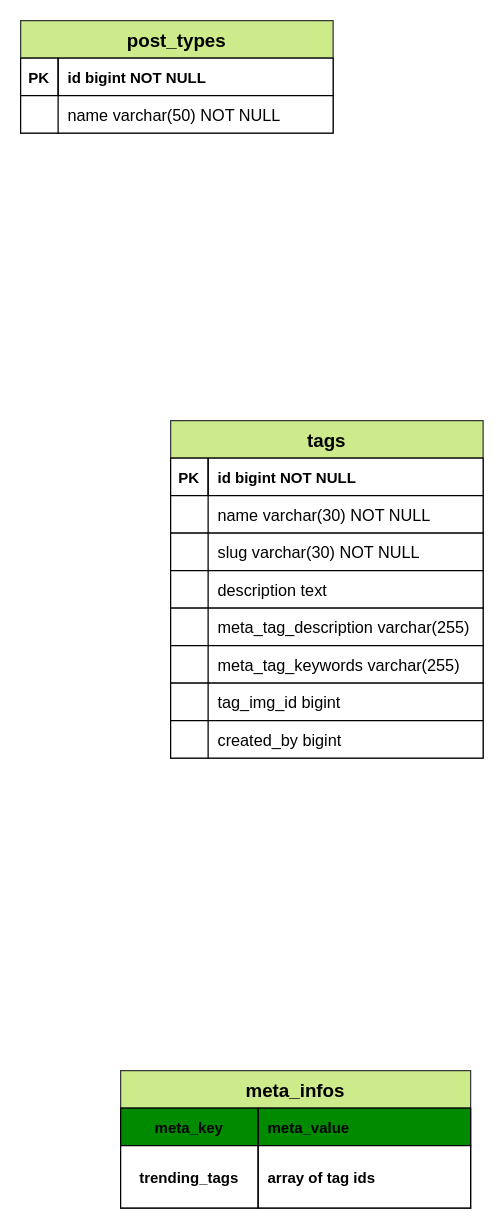
efthakhar/ninenews keeps this draw.io diagram as dbschema/ninenews.drawio. Above is the earlier version. Source tidied: cells renumbered, new cells numbered last; positions are measured from the earlier drawing's top-left corner, leaving out a move shared by most shapes. Both pictures are drawn from the tidied source at 125%, with x=0, y=0 at pixel (20, 20).
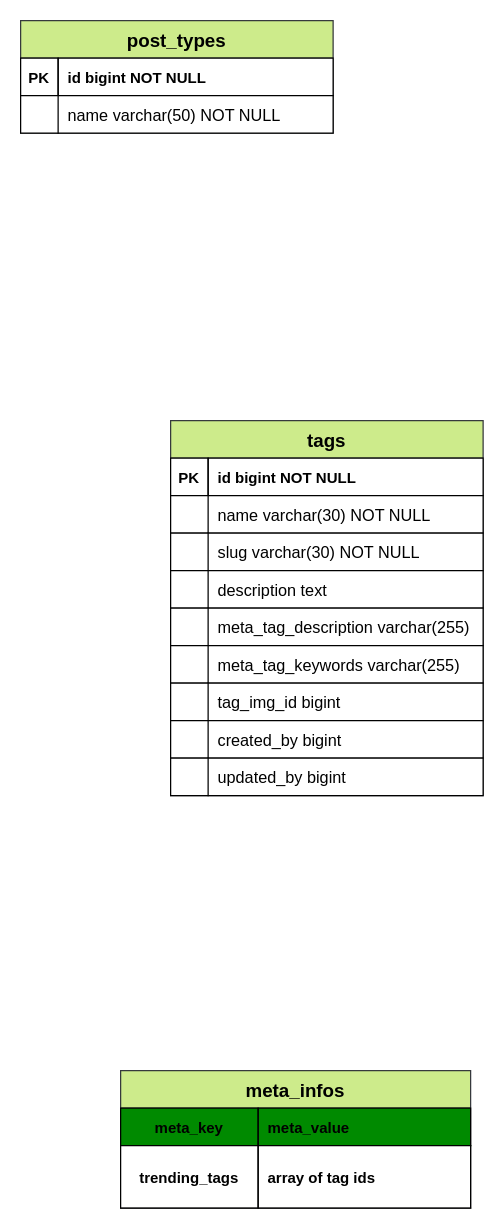
The same page after the edit.

The edit, as a diff of the source:
```diff
@@
     <mxCell id="9" value="tags" style="shape=table;startSize=30;childLayout=tableLayout;rowLines=0;fontStyle=1;align=center;strokeColor=#36393d;fillColor=#cdeb8b;fontColor=#000000;fontSize=15;labelBackgroundColor=none;labelBorderColor=none;fontFamily=Helvetica;rounded=0;" parent="1" vertex="1">
-      <mxGeometry x="120" y="320" width="250" height="270" as="geometry" />
+      <mxGeometry x="120" y="320" width="250" height="300" as="geometry" />
     </mxCell>
@@
+    <mxCell id="41" style="shape=partialRectangle;fillColor=#FFFFFF;top=1;left=1;right=1;bottom=1;labelBorderColor=#000000;strokeColor=#000000;labelBackgroundColor=none;fontFamily=Helvetica;rounded=0;" parent="9" vertex="1">
+      <mxGeometry y="270" width="250" height="30" as="geometry" />
+    </mxCell>
+    <mxCell id="42" style="shape=partialRectangle;overflow=hidden;fillColor=none;top=0;left=0;bottom=0;right=0;fontFamily=Helvetica;rounded=0;" parent="41" vertex="1">
+      <mxGeometry width="30" height="30" as="geometry" />
+    </mxCell>
+    <mxCell id="43" value="updated_by bigint " style="shape=partialRectangle;overflow=hidden;fillColor=none;top=0;left=1;bottom=0;right=0;align=left;spacingLeft=6;fontColor=#000000;strokeColor=#000000;fontSize=13;fontFamily=Helvetica;rounded=0;" parent="41" vertex="1">
+      <mxGeometry x="30" width="220" height="30" as="geometry" />
+    </mxCell>
```
